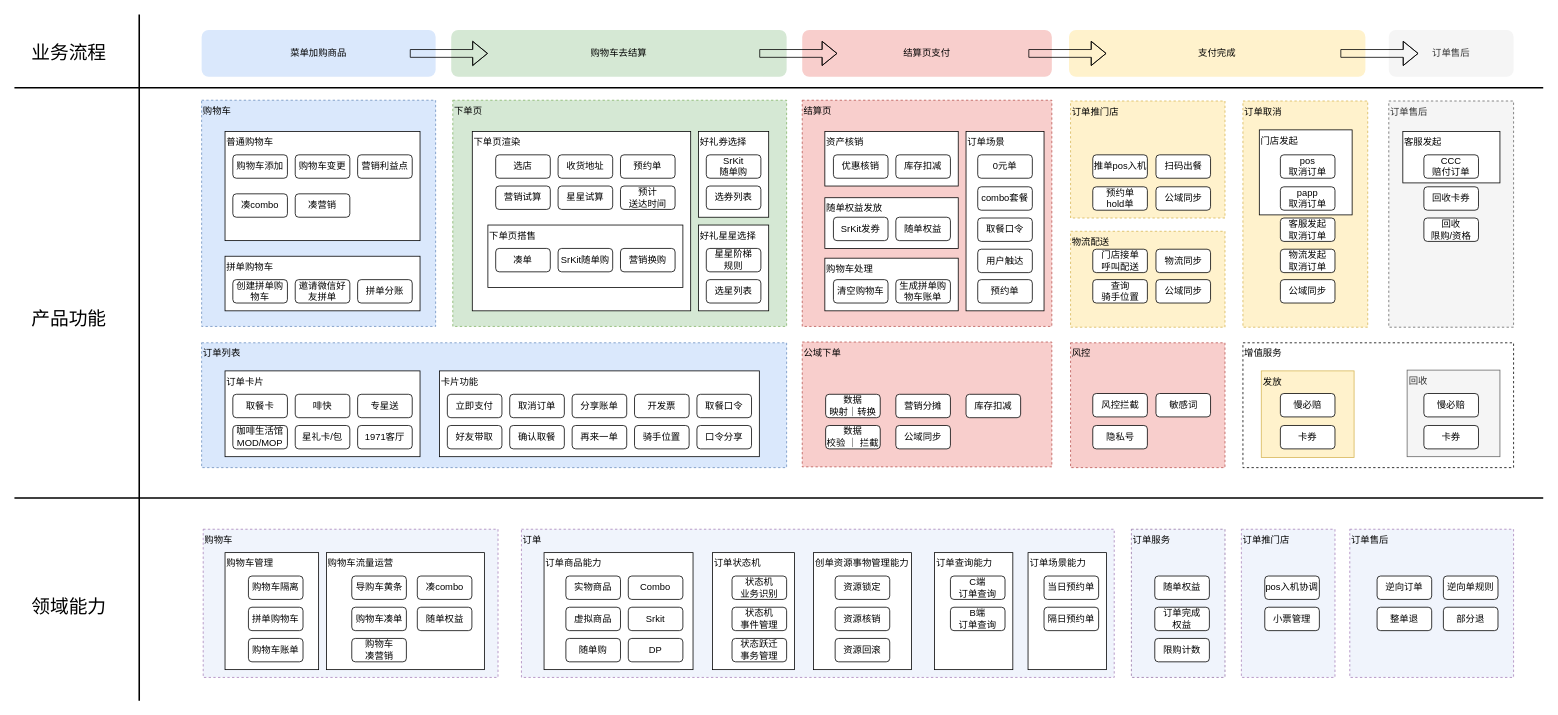
alexzhang2015/PC2.0 keeps this draw.io diagram as page "业务架构" (1 of 5) of OMS2.0业务架构.drawio. Above is the earlier version. Source tidied: cells renumbered, new cells numbered last; positions are measured from the earlier drawing's top-left corner, leaving out a move shared by most shapes. Both pictures are drawn from the tidied source at 78%, with x=0, y=0 at pixel (14, 14).
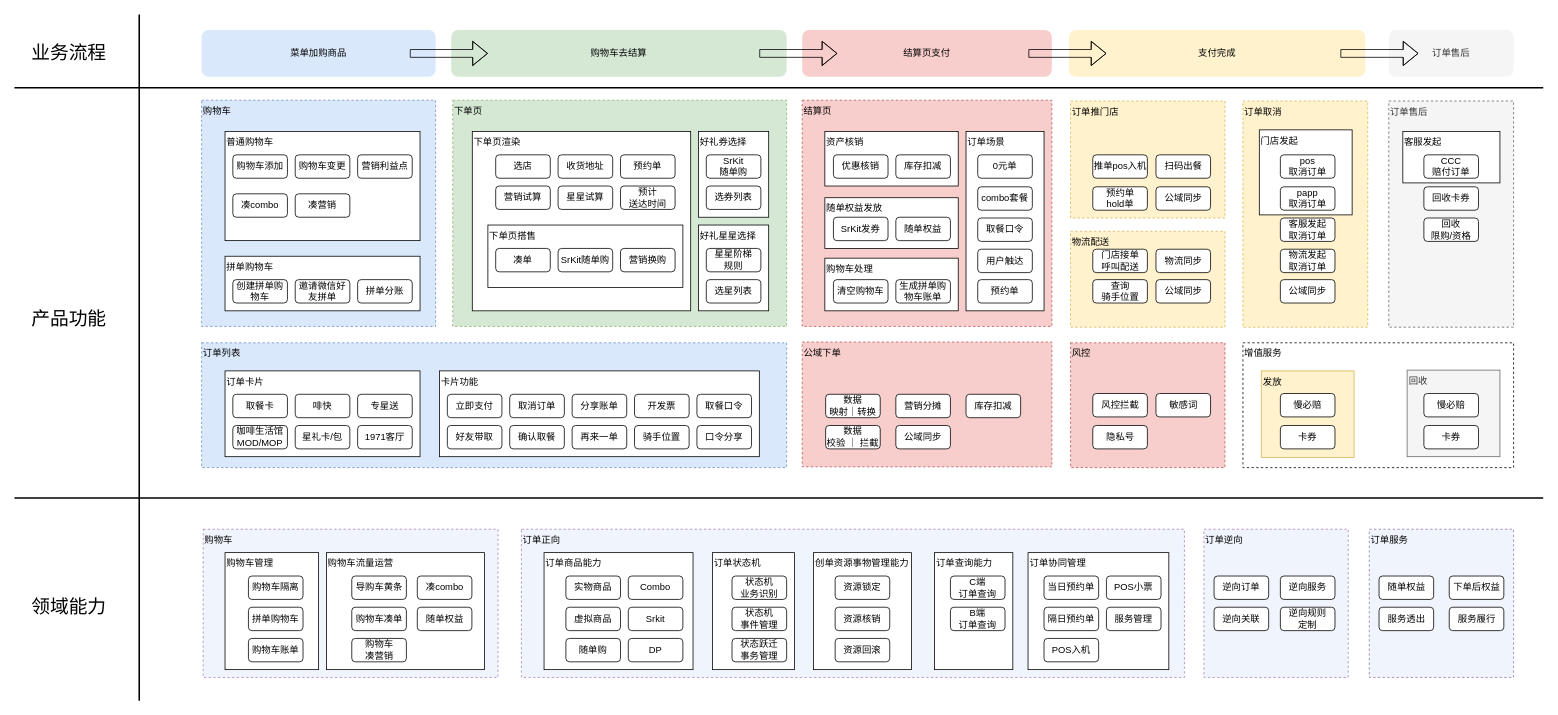
The same page after the edit.

Commit message:
更新OMS2.0业务架构.drawio

The edit, as a diff of the source:
```diff
@@
+    <mxCell id="110" value="订单正向" style="rounded=0;whiteSpace=wrap;html=1;align=left;verticalAlign=top;dashed=1;fillColor=#F0F4FC;strokeColor=#A881BA;fillStyle=auto;" parent="1" vertex="1">
+      <mxGeometry x="650" y="660" width="850" height="190" as="geometry" />
+    </mxCell>
+    <mxCell id="162" value="订单协同管理" style="rounded=0;whiteSpace=wrap;html=1;align=left;verticalAlign=top;" parent="1" vertex="1">
+      <mxGeometry x="1299.5" y="690" width="180.5" height="150" as="geometry" />
+    </mxCell>
@@
-    <mxCell id="110" value="订单" style="rounded=0;whiteSpace=wrap;html=1;align=left;verticalAlign=top;dashed=1;fillColor=#F0F4FC;strokeColor=#A881BA;fillStyle=auto;" parent="1" vertex="1">
-      <mxGeometry x="650" y="660" width="760" height="190" as="geometry" />
-    </mxCell>
     <mxCell id="111" value="订单服务" style="rounded=0;whiteSpace=wrap;html=1;align=left;verticalAlign=top;dashed=1;fillColor=#F0F4FC;strokeColor=#9673a6;fillStyle=auto;" parent="1" vertex="1">
-      <mxGeometry x="1432" y="660" width="120" height="190" as="geometry" />
+      <mxGeometry x="1737" y="660" width="185" height="190" as="geometry" />
     </mxCell>
-    <mxCell id="112" value="订单售后" style="rounded=0;whiteSpace=wrap;html=1;align=left;verticalAlign=top;dashed=1;fillColor=#f0f4fc;strokeColor=#A881BA;fillStyle=auto;" parent="1" vertex="1">
-      <mxGeometry x="1712" y="660" width="210" height="190" as="geometry" />
+    <mxCell id="112" value="订单逆向" style="rounded=0;whiteSpace=wrap;html=1;align=left;verticalAlign=top;dashed=1;fillColor=#f0f4fc;strokeColor=#A881BA;fillStyle=auto;" parent="1" vertex="1">
+      <mxGeometry x="1525" y="660" width="185" height="190" as="geometry" />
     </mxCell>
-    <mxCell id="113" value="订单推门店" style="rounded=0;whiteSpace=wrap;html=1;align=left;verticalAlign=top;dashed=1;fillColor=#F0F4FC;strokeColor=#A881BA;fillStyle=auto;" parent="1" vertex="1">
-      <mxGeometry x="1573" y="660" width="120" height="190" as="geometry" />
-    </mxCell>
@@
     <mxCell id="120" value="随单&lt;span style=&quot;background-color: initial;&quot;&gt;权益&lt;/span&gt;" style="rounded=1;whiteSpace=wrap;html=1;" parent="1" vertex="1">
-      <mxGeometry x="1462" y="720" width="70" height="30" as="geometry" />
+      <mxGeometry x="1749.5" y="720" width="70" height="30" as="geometry" />
     </mxCell>
@@
-    <mxCell id="137" value="订单完成&lt;div&gt;权益&lt;/div&gt;" style="rounded=1;whiteSpace=wrap;html=1;" parent="1" vertex="1">
-      <mxGeometry x="1462" y="760" width="70" height="30" as="geometry" />
+    <mxCell id="137" value="&lt;div&gt;下单后权益&lt;/div&gt;" style="rounded=1;whiteSpace=wrap;html=1;" parent="1" vertex="1">
+      <mxGeometry x="1839.5" y="720" width="70" height="30" as="geometry" />
     </mxCell>
-    <mxCell id="138" value="pos入机协调" style="rounded=1;whiteSpace=wrap;html=1;" parent="1" vertex="1">
-      <mxGeometry x="1603" y="720" width="70" height="30" as="geometry" />
-    </mxCell>
-    <mxCell id="139" value="小票管理" style="rounded=1;whiteSpace=wrap;html=1;" parent="1" vertex="1">
-      <mxGeometry x="1603" y="760" width="70" height="30" as="geometry" />
+    <mxCell id="139" value="&lt;span style=&quot;background-color: initial;&quot;&gt;POS小票&lt;/span&gt;" style="rounded=1;whiteSpace=wrap;html=1;" parent="1" vertex="1">
+      <mxGeometry x="1400" y="720" width="70" height="30" as="geometry" />
     </mxCell>
-    <mxCell id="140" value="整单退" style="rounded=1;whiteSpace=wrap;html=1;" parent="1" vertex="1">
-      <mxGeometry x="1747" y="760" width="70" height="30" as="geometry" />
+    <mxCell id="140" value="逆向关联" style="rounded=1;whiteSpace=wrap;html=1;" parent="1" vertex="1">
+      <mxGeometry x="1538" y="760" width="70" height="30" as="geometry" />
     </mxCell>
-    <mxCell id="141" value="部分退" style="rounded=1;whiteSpace=wrap;html=1;" parent="1" vertex="1">
-      <mxGeometry x="1832" y="760" width="70" height="30" as="geometry" />
+    <mxCell id="141" value="逆向规则&lt;div&gt;定制&lt;/div&gt;" style="rounded=1;whiteSpace=wrap;html=1;" parent="1" vertex="1">
+      <mxGeometry x="1623" y="760" width="70" height="30" as="geometry" />
     </mxCell>
@@
-    <mxCell id="145" value="限购计数" style="rounded=1;whiteSpace=wrap;html=1;" parent="1" vertex="1">
-      <mxGeometry x="1462" y="800" width="70" height="30" as="geometry" />
-    </mxCell>
     <mxCell id="146" value="逆向订单" style="rounded=1;whiteSpace=wrap;html=1;" parent="1" vertex="1">
-      <mxGeometry x="1747" y="720" width="70" height="30" as="geometry" />
+      <mxGeometry x="1538" y="720" width="70" height="30" as="geometry" />
     </mxCell>
-    <mxCell id="147" value="逆向单规则" style="rounded=1;whiteSpace=wrap;html=1;" parent="1" vertex="1">
-      <mxGeometry x="1832" y="720" width="70" height="30" as="geometry" />
+    <mxCell id="147" value="逆向服务" style="rounded=1;whiteSpace=wrap;html=1;" parent="1" vertex="1">
+      <mxGeometry x="1623" y="720" width="70" height="30" as="geometry" />
     </mxCell>
@@
-    <mxCell id="162" value="订单场景能力" style="rounded=0;whiteSpace=wrap;html=1;align=left;verticalAlign=top;" parent="1" vertex="1">
-      <mxGeometry x="1299.5" y="690" width="100.5" height="150" as="geometry" />
-    </mxCell>
@@
+    <mxCell id="138" value="POS入机" style="rounded=1;whiteSpace=wrap;html=1;" parent="1" vertex="1">
+      <mxGeometry x="1320" y="800" width="70" height="30" as="geometry" />
+    </mxCell>
+    <mxCell id="165" value="&lt;span style=&quot;background-color: initial;&quot;&gt;服务管理&lt;/span&gt;" style="rounded=1;whiteSpace=wrap;html=1;" parent="1" vertex="1">
+      <mxGeometry x="1400" y="760" width="70" height="30" as="geometry" />
+    </mxCell>
+    <mxCell id="166" value="服务透出" style="rounded=1;whiteSpace=wrap;html=1;" parent="1" vertex="1">
+      <mxGeometry x="1749.5" y="760" width="70" height="30" as="geometry" />
+    </mxCell>
+    <mxCell id="167" value="服务履行" style="rounded=1;whiteSpace=wrap;html=1;" parent="1" vertex="1">
+      <mxGeometry x="1839.5" y="760" width="70" height="30" as="geometry" />
+    </mxCell>
```
